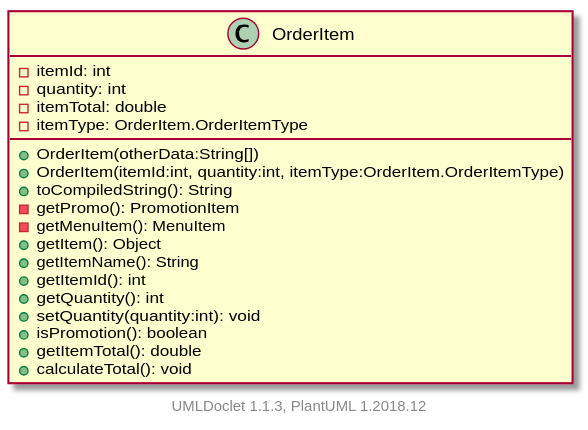
Above: projects/oodp/html/umlversion/uml/sg.edu.ntu.scse.cz2002.features.OrderItem.svg in itachi1706/How-to-use-Git-NTUSCSE1819-Site (PlantUML), before the change.
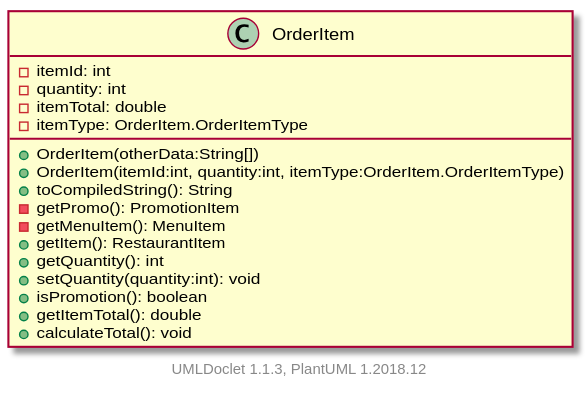
The same diagram one commit later.

What changed in the source:
```diff
@@ -10,9 +10,7 @@
         +toCompiledString(): String
         -getPromo(): PromotionItem
         -getMenuItem(): MenuItem
-        +getItem(): Object
-        +getItemName(): String
-        +getItemId(): int
+        +getItem(): RestaurantItem
         +getQuantity(): int
         +setQuantity(quantity:int): void
         +isPromotion(): boolean
```
